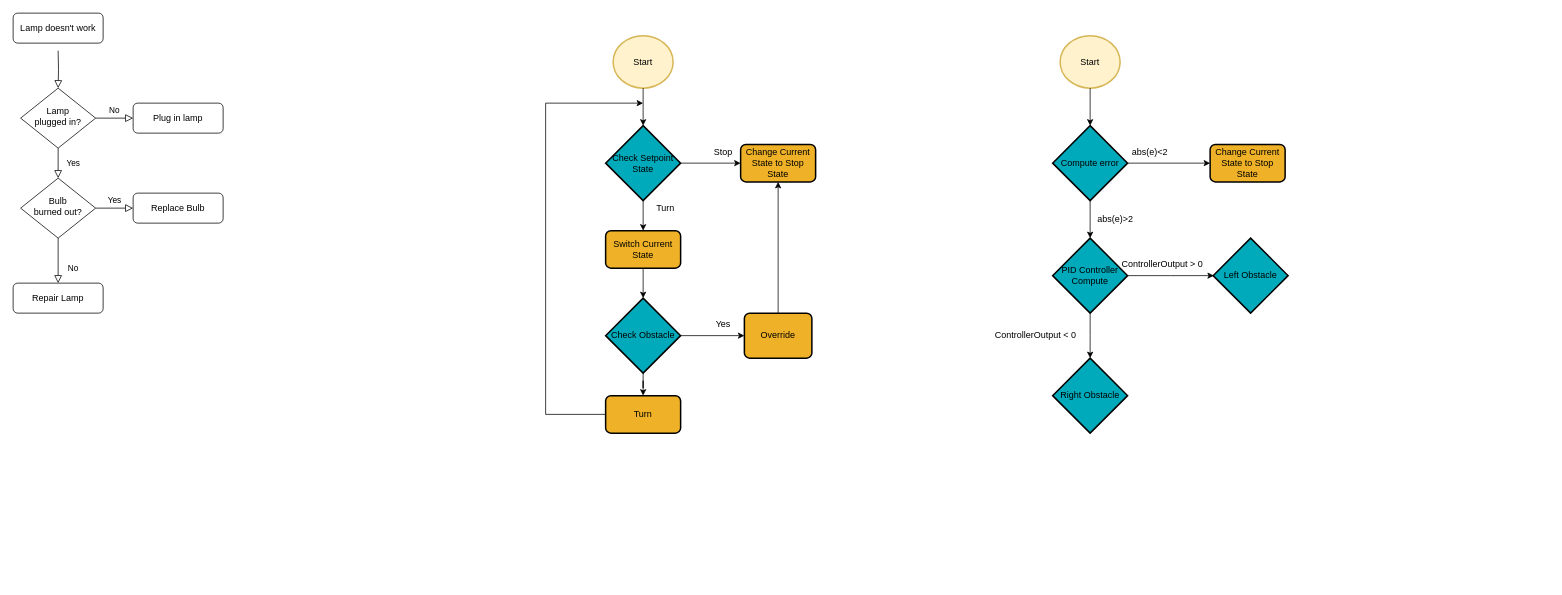
Before: Diagrams/algorithmflow.drawio in mekuro9/PWAO-CSU, a draw.io diagram. Source tidied: cells renumbered, new cells numbered last; positions are measured from the earlier drawing's top-left corner, leaving out a move shared by most shapes. Both pictures are drawn from the tidied source at 75%, with x=0, y=0 at pixel (13, 13).
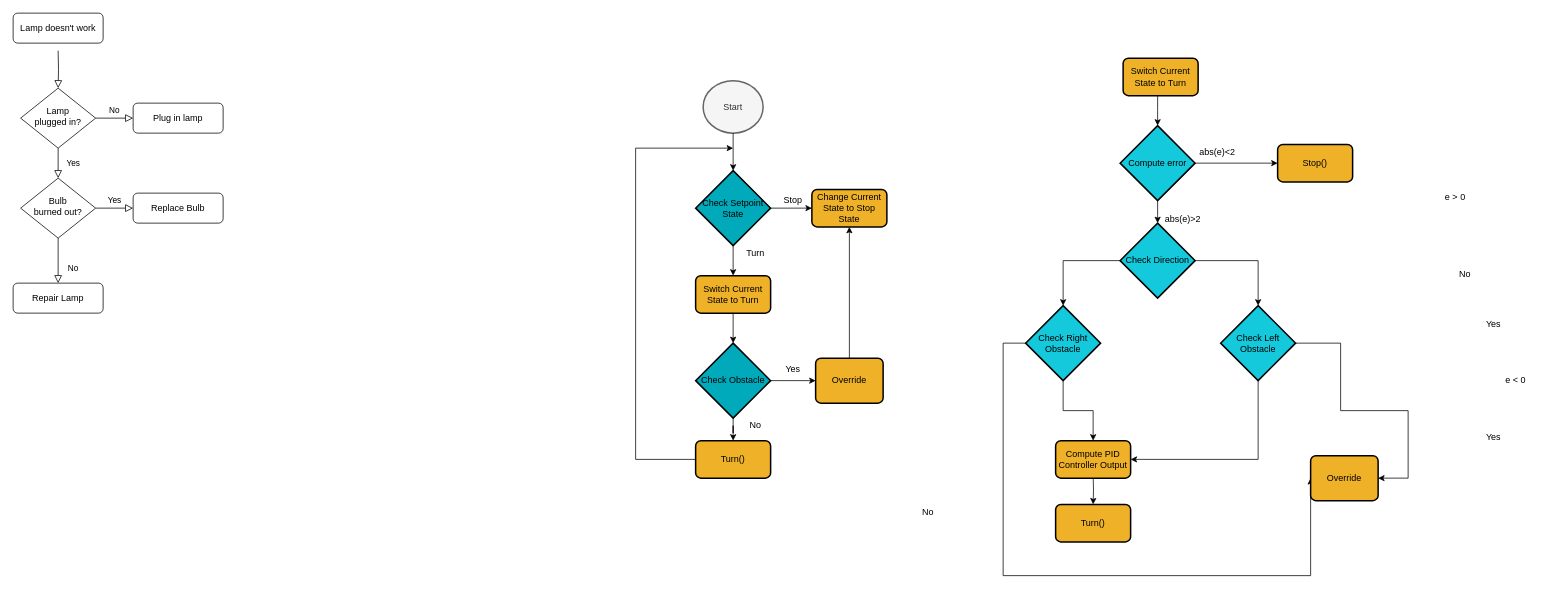
Above is the later version.

The edit, as a diff of the source:
```diff
@@
     <mxCell id="13" value="Change Current State to Stop State" style="rounded=1;whiteSpace=wrap;html=1;absoluteArcSize=1;arcSize=14;strokeWidth=2;fillColor=#eeb127;" parent="1" vertex="1">
-      <mxGeometry x="970" y="175" width="100" height="50" as="geometry" />
+      <mxGeometry x="1065" y="235" width="100" height="50" as="geometry" />
     </mxCell>
-    <mxCell id="14" value="Start" style="strokeWidth=2;html=1;shape=mxgraph.flowchart.start_2;whiteSpace=wrap;fillColor=#fff2cc;strokeColor=#d6b656;" parent="1" vertex="1">
-      <mxGeometry x="800" y="30" width="80" height="70" as="geometry" />
+    <mxCell id="14" value="Start" style="strokeWidth=2;html=1;shape=mxgraph.flowchart.start_2;whiteSpace=wrap;fillColor=#f5f5f5;strokeColor=#666666;fontColor=#333333;" parent="1" vertex="1">
+      <mxGeometry x="920" y="90" width="80" height="70" as="geometry" />
     </mxCell>
@@
     <mxCell id="17" value="Check Setpoint State" style="strokeWidth=2;html=1;shape=mxgraph.flowchart.decision;whiteSpace=wrap;fillColor=#00aabb;" parent="1" vertex="1">
-      <mxGeometry x="790" y="150" width="100" height="100" as="geometry" />
+      <mxGeometry x="910" y="210" width="100" height="100" as="geometry" />
     </mxCell>
@@
     <mxCell id="20" value="Check Obstacle" style="strokeWidth=2;html=1;shape=mxgraph.flowchart.decision;whiteSpace=wrap;fillColor=#00aabb;" parent="1" vertex="1">
-      <mxGeometry x="790" y="380" width="100" height="100" as="geometry" />
+      <mxGeometry x="910" y="440" width="100" height="100" as="geometry" />
     </mxCell>
     <mxCell id="21" style="edgeStyle=orthogonalEdgeStyle;rounded=0;jettySize=auto;html=1;" parent="1" edge="1" source="22">
       <mxGeometry relative="1" as="geometry">
-        <mxPoint x="840" y="120" as="targetPoint" />
+        <mxPoint x="960" y="180" as="targetPoint" />
         <Array as="points">
-          <mxPoint x="710" y="535" />
-          <mxPoint x="710" y="120" />
+          <mxPoint x="830" y="595" />
+          <mxPoint x="830" y="180" />
         </Array>
       </mxGeometry>
     </mxCell>
-    <mxCell id="22" value="Turn" style="rounded=1;whiteSpace=wrap;html=1;absoluteArcSize=1;arcSize=14;strokeWidth=2;fillColor=#eeb127;" parent="1" vertex="1">
-      <mxGeometry x="790" y="510" width="100" height="50" as="geometry" />
+    <mxCell id="22" value="Turn()" style="rounded=1;whiteSpace=wrap;html=1;absoluteArcSize=1;arcSize=14;strokeWidth=2;fillColor=#eeb127;" parent="1" vertex="1">
+      <mxGeometry x="910" y="570" width="100" height="50" as="geometry" />
     </mxCell>
@@
     <mxCell id="24" value="Override" style="rounded=1;whiteSpace=wrap;html=1;absoluteArcSize=1;arcSize=14;strokeWidth=2;fillColor=#eeb127;" parent="1" vertex="1">
-      <mxGeometry x="975" y="400" width="90" height="60" as="geometry" />
+      <mxGeometry x="1070" y="460" width="90" height="60" as="geometry" />
     </mxCell>
@@
     <mxCell id="26" value="Stop" style="text;html=1;align=center;verticalAlign=middle;whiteSpace=wrap;rounded=0;" parent="1" vertex="1">
-      <mxGeometry x="917" y="170" width="60" height="30" as="geometry" />
+      <mxGeometry x="1010" y="235" width="60" height="30" as="geometry" />
     </mxCell>
     <mxCell id="27" value="Yes" style="text;html=1;align=center;verticalAlign=middle;whiteSpace=wrap;rounded=0;" parent="1" vertex="1">
-      <mxGeometry x="917" y="400" width="60" height="30" as="geometry" />
+      <mxGeometry x="1010" y="460" width="60" height="30" as="geometry" />
     </mxCell>
     <mxCell id="28" value="Turn" style="text;html=1;align=center;verticalAlign=middle;whiteSpace=wrap;rounded=0;" parent="1" vertex="1">
-      <mxGeometry x="840" y="245" width="60" height="30" as="geometry" />
+      <mxGeometry x="960" y="305" width="60" height="30" as="geometry" />
     </mxCell>
-    <mxCell id="29" value="Change Current State to Stop State" style="rounded=1;whiteSpace=wrap;html=1;absoluteArcSize=1;arcSize=14;strokeWidth=2;fillColor=#eeb127;" parent="1" vertex="1">
-      <mxGeometry x="1596" y="175" width="100" height="50" as="geometry" />
+    <mxCell id="29" value="Stop()" style="rounded=1;whiteSpace=wrap;html=1;absoluteArcSize=1;arcSize=14;strokeWidth=2;fillColor=#eeb127;" parent="1" vertex="1">
+      <mxGeometry x="1686" y="175" width="100" height="50" as="geometry" />
     </mxCell>
-    <mxCell id="30" value="Start" style="strokeWidth=2;html=1;shape=mxgraph.flowchart.start_2;whiteSpace=wrap;fillColor=#fff2cc;strokeColor=#d6b656;" parent="1" vertex="1">
-      <mxGeometry x="1396" y="30" width="80" height="70" as="geometry" />
-    </mxCell>
@@
+    <mxCell id="46" style="edgeStyle=orthogonalEdgeStyle;rounded=0;jettySize=auto;html=1;startArrow=classic;startFill=1;endArrow=none;endFill=0;" parent="1" edge="1" source="32">
+      <mxGeometry relative="1" as="geometry">
+        <mxPoint x="1526" y="110" as="targetPoint" />
+      </mxGeometry>
+    </mxCell>
-    <mxCell id="32" value="Compute error" style="strokeWidth=2;html=1;shape=mxgraph.flowchart.decision;whiteSpace=wrap;fillColor=#00aabb;" parent="1" vertex="1">
-      <mxGeometry x="1386" y="150" width="100" height="100" as="geometry" />
+    <mxCell id="32" value="Compute error" style="strokeWidth=2;html=1;shape=mxgraph.flowchart.decision;whiteSpace=wrap;fillColor=#13C9DB;" parent="1" vertex="1">
+      <mxGeometry x="1476" y="150" width="100" height="100" as="geometry" />
     </mxCell>
-    <mxCell id="33" style="edgeStyle=orthogonalEdgeStyle;rounded=0;jettySize=auto;html=1;" parent="1" edge="1" source="35">
-      <mxGeometry relative="1" as="geometry">
-        <mxPoint x="1436" y="460" as="targetPoint" />
-      </mxGeometry>
-    </mxCell>
-    <mxCell id="34" style="edgeStyle=orthogonalEdgeStyle;rounded=0;jettySize=auto;html=1;entryX=0;entryY=0.5;entryDx=0;entryDy=0;" parent="1" edge="1" source="35">
-      <mxGeometry relative="1" as="geometry">
-        <mxPoint x="1601" y="350" as="targetPoint" />
-      </mxGeometry>
-    </mxCell>
-    <mxCell id="35" value="PID Controller Compute" style="strokeWidth=2;html=1;shape=mxgraph.flowchart.decision;whiteSpace=wrap;fillColor=#00aabb;" parent="1" vertex="1">
-      <mxGeometry x="1386" y="300" width="100" height="100" as="geometry" />
-    </mxCell>
-    <mxCell id="36" style="edgeStyle=orthogonalEdgeStyle;rounded=0;jettySize=auto;html=1;entryX=0.5;entryY=0;entryDx=0;entryDy=0;entryPerimeter=0;" parent="1" edge="1" source="30" target="32">
-      <mxGeometry relative="1" as="geometry" />
-    </mxCell>
-    <mxCell id="37" style="edgeStyle=orthogonalEdgeStyle;rounded=0;jettySize=auto;html=1;entryX=0.5;entryY=0;entryDx=0;entryDy=0;entryPerimeter=0;" parent="1" edge="1" source="32" target="35">
-      <mxGeometry relative="1" as="geometry" />
+    <mxCell id="37" style="edgeStyle=orthogonalEdgeStyle;rounded=0;jettySize=auto;html=1;entryX=0.5;entryY=0;entryDx=0;entryDy=0;entryPerimeter=0;" parent="1" edge="1" source="32">
+      <mxGeometry relative="1" as="geometry">
+        <mxPoint x="1526" y="280" as="targetPoint" />
+      </mxGeometry>
     </mxCell>
     <mxCell id="38" value="abs(e)&amp;gt;2" style="text;html=1;align=center;verticalAlign=middle;whiteSpace=wrap;rounded=0;" parent="1" vertex="1">
-      <mxGeometry x="1440" y="260" width="60" height="30" as="geometry" />
+      <mxGeometry x="1530" y="260" width="60" height="30" as="geometry" />
     </mxCell>
-    <mxCell id="39" value="ControllerOutput &amp;gt; 0" style="text;html=1;align=center;verticalAlign=middle;whiteSpace=wrap;rounded=0;" parent="1" vertex="1">
-      <mxGeometry x="1469" y="320" width="127" height="30" as="geometry" />
+    <mxCell id="39" value="e &amp;gt; 0" style="text;html=1;align=center;verticalAlign=middle;whiteSpace=wrap;rounded=0;" parent="1" vertex="1">
+      <mxGeometry x="1880" y="230" width="86" height="30" as="geometry" />
     </mxCell>
     <mxCell id="40" value="abs(e)&amp;lt;2" style="text;html=1;align=center;verticalAlign=middle;whiteSpace=wrap;rounded=0;" parent="1" vertex="1">
-      <mxGeometry x="1486" y="170" width="60" height="30" as="geometry" />
+      <mxGeometry x="1576" y="170" width="60" height="30" as="geometry" />
     </mxCell>
-    <mxCell id="41" value="Switch Current State" style="rounded=1;whiteSpace=wrap;html=1;absoluteArcSize=1;arcSize=14;strokeWidth=2;fillColor=#eeb127;" parent="1" vertex="1">
-      <mxGeometry x="790" y="290" width="100" height="50" as="geometry" />
+    <mxCell id="41" value="Switch Current State to Turn" style="rounded=1;whiteSpace=wrap;html=1;absoluteArcSize=1;arcSize=14;strokeWidth=2;fillColor=#eeb127;" parent="1" vertex="1">
+      <mxGeometry x="910" y="350" width="100" height="50" as="geometry" />
     </mxCell>
@@
-    <mxCell id="43" value="ControllerOutput &amp;lt; 0" style="text;html=1;align=center;verticalAlign=middle;whiteSpace=wrap;rounded=0;" parent="1" vertex="1">
-      <mxGeometry x="1300" y="415" width="127" height="30" as="geometry" />
+    <mxCell id="43" value="e &amp;lt; 0" style="text;html=1;align=center;verticalAlign=middle;whiteSpace=wrap;rounded=0;" parent="1" vertex="1">
+      <mxGeometry x="1960" y="475" width="87" height="30" as="geometry" />
     </mxCell>
+    <mxCell id="47" style="edgeStyle=orthogonalEdgeStyle;rounded=0;jettySize=auto;html=1;entryX=0.5;entryY=0;entryDx=0;entryDy=0;" parent="1" edge="1" source="44" target="62">
+      <mxGeometry relative="1" as="geometry" />
+    </mxCell>
+    <mxCell id="48" style="edgeStyle=orthogonalEdgeStyle;rounded=0;jettySize=auto;html=1;entryX=0;entryY=0.5;entryDx=0;entryDy=0;" parent="1" edge="1" source="44" target="63">
+      <mxGeometry relative="1" as="geometry">
+        <Array as="points">
+          <mxPoint x="1320" y="440" />
+          <mxPoint x="1320" y="750" />
+          <mxPoint x="1730" y="750" />
+        </Array>
+      </mxGeometry>
+    </mxCell>
-    <mxCell id="44" value="Right Obstacle" style="strokeWidth=2;html=1;shape=mxgraph.flowchart.decision;whiteSpace=wrap;fillColor=#00aabb;" parent="1" vertex="1">
-      <mxGeometry x="1386" y="460" width="100" height="100" as="geometry" />
+    <mxCell id="44" value="Check Right Obstacle" style="strokeWidth=2;html=1;shape=mxgraph.flowchart.decision;whiteSpace=wrap;fillColor=#13C9DB;" parent="1" vertex="1">
+      <mxGeometry x="1350" y="390" width="100" height="100" as="geometry" />
     </mxCell>
+    <mxCell id="49" style="edgeStyle=orthogonalEdgeStyle;rounded=0;jettySize=auto;html=1;" parent="1" edge="1" source="45" target="62">
+      <mxGeometry relative="1" as="geometry">
+        <Array as="points">
+          <mxPoint x="1660" y="595" />
+        </Array>
+      </mxGeometry>
+    </mxCell>
+    <mxCell id="50" style="edgeStyle=orthogonalEdgeStyle;rounded=0;jettySize=auto;html=1;entryX=1;entryY=0.5;entryDx=0;entryDy=0;" parent="1" edge="1" source="45" target="63">
+      <mxGeometry relative="1" as="geometry">
+        <Array as="points">
+          <mxPoint x="1770" y="440" />
+          <mxPoint x="1770" y="530" />
+          <mxPoint x="1860" y="530" />
+          <mxPoint x="1860" y="620" />
+        </Array>
+      </mxGeometry>
+    </mxCell>
-    <mxCell id="45" value="Left Obstacle" style="strokeWidth=2;html=1;shape=mxgraph.flowchart.decision;whiteSpace=wrap;fillColor=#00aabb;" parent="1" vertex="1">
-      <mxGeometry x="1600" y="300" width="100" height="100" as="geometry" />
+    <mxCell id="45" value="Check Left Obstacle" style="strokeWidth=2;html=1;shape=mxgraph.flowchart.decision;whiteSpace=wrap;fillColor=#13C9DB;" parent="1" vertex="1">
+      <mxGeometry x="1610" y="390" width="100" height="100" as="geometry" />
     </mxCell>
+    <mxCell id="51" value="Yes" style="text;html=1;align=center;verticalAlign=middle;whiteSpace=wrap;rounded=0;" parent="1" vertex="1">
+      <mxGeometry x="1944" y="400" width="60" height="30" as="geometry" />
+    </mxCell>
+    <mxCell id="52" value="Yes" style="text;html=1;align=center;verticalAlign=middle;whiteSpace=wrap;rounded=0;" parent="1" vertex="1">
+      <mxGeometry x="1944" y="550" width="60" height="30" as="geometry" />
+    </mxCell>
+    <mxCell id="53" value="No" style="text;html=1;align=center;verticalAlign=middle;whiteSpace=wrap;rounded=0;" parent="1" vertex="1">
+      <mxGeometry x="960" y="535" width="60" height="30" as="geometry" />
+    </mxCell>
+    <mxCell id="54" value="No" style="text;html=1;align=center;verticalAlign=middle;whiteSpace=wrap;rounded=0;" parent="1" vertex="1">
+      <mxGeometry x="1190" y="650" width="60" height="30" as="geometry" />
+    </mxCell>
+    <mxCell id="55" value="No" style="text;html=1;align=center;verticalAlign=middle;whiteSpace=wrap;rounded=0;" parent="1" vertex="1">
+      <mxGeometry x="1906" y="335" width="60" height="25" as="geometry" />
+    </mxCell>
+    <mxCell id="56" value="Turn()" style="rounded=1;whiteSpace=wrap;html=1;absoluteArcSize=1;arcSize=14;strokeWidth=2;fillColor=#eeb127;" parent="1" vertex="1">
+      <mxGeometry x="1390" y="655" width="100" height="50" as="geometry" />
+    </mxCell>
+    <mxCell id="57" style="edgeStyle=orthogonalEdgeStyle;rounded=0;jettySize=auto;html=1;" parent="1" edge="1" target="56">
+      <mxGeometry relative="1" as="geometry">
+        <mxPoint x="1440" y="615" as="sourcePoint" />
+      </mxGeometry>
+    </mxCell>
+    <mxCell id="58" value="Check Direction" style="strokeWidth=2;html=1;shape=mxgraph.flowchart.decision;whiteSpace=wrap;fillColor=#13C9DB;" parent="1" vertex="1">
+      <mxGeometry x="1476" y="280" width="100" height="100" as="geometry" />
+    </mxCell>
+    <mxCell id="59" value="Switch Current State to Turn" style="rounded=1;whiteSpace=wrap;html=1;absoluteArcSize=1;arcSize=14;strokeWidth=2;fillColor=#eeb127;" parent="1" vertex="1">
+      <mxGeometry x="1480" y="60" width="100" height="50" as="geometry" />
+    </mxCell>
+    <mxCell id="60" style="edgeStyle=orthogonalEdgeStyle;rounded=0;jettySize=auto;html=1;entryX=0.5;entryY=0;entryDx=0;entryDy=0;entryPerimeter=0;" parent="1" edge="1" source="58" target="44">
+      <mxGeometry relative="1" as="geometry" />
+    </mxCell>
+    <mxCell id="61" style="edgeStyle=orthogonalEdgeStyle;rounded=0;jettySize=auto;html=1;entryX=0.5;entryY=0;entryDx=0;entryDy=0;entryPerimeter=0;" parent="1" edge="1" source="58" target="45">
+      <mxGeometry relative="1" as="geometry" />
+    </mxCell>
+    <mxCell id="62" value="Compute PID Controller Output" style="rounded=1;whiteSpace=wrap;html=1;absoluteArcSize=1;arcSize=14;strokeWidth=2;fillColor=#eeb127;" parent="1" vertex="1">
+      <mxGeometry x="1390" y="570" width="100" height="50" as="geometry" />
+    </mxCell>
+    <mxCell id="63" value="Override" style="rounded=1;whiteSpace=wrap;html=1;absoluteArcSize=1;arcSize=14;strokeWidth=2;fillColor=#eeb127;" parent="1" vertex="1">
+      <mxGeometry x="1730" y="590" width="90" height="60" as="geometry" />
+    </mxCell>
```
